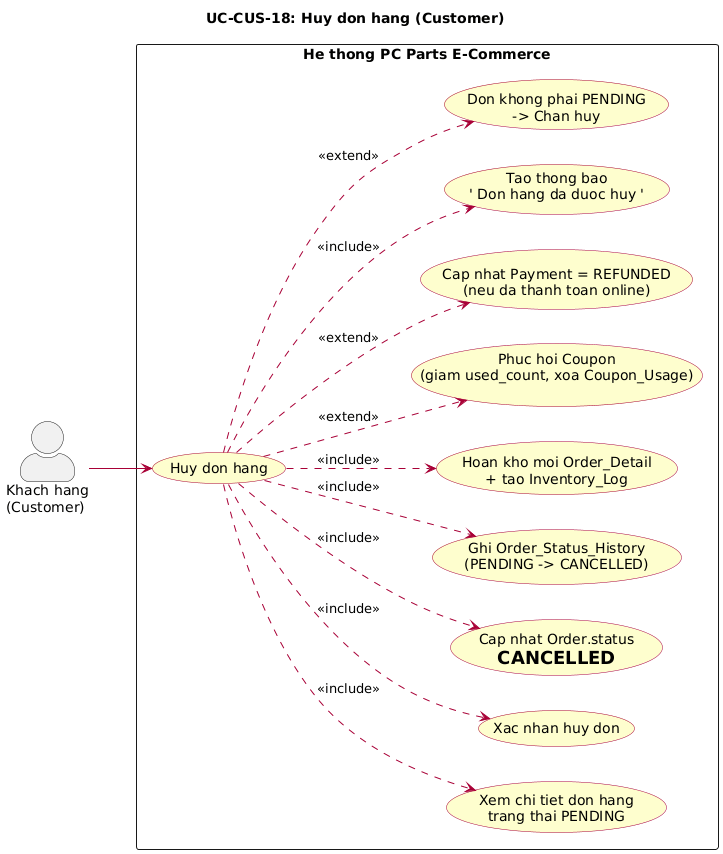
The PlantUML diagram docs/diagrams/images/uc_CUS18_huy_don_hang.png in huuhieu56/PC-Parts-ECommerce, before a commit. Its diagram source:
```plantuml
@startuml
left to right direction
skinparam actorStyle awesome
skinparam packageStyle rectangle
skinparam usecase {
  BackgroundColor #FEFECE
  BorderColor #A80036
  ArrowColor #A80036
}

title UC-CUS-18: Huy don hang (Customer)

actor "Khach hang\n(Customer)" as Customer

rectangle "He thong PC Parts E-Commerce" {
  usecase "Huy don hang" as UC_CANCEL_ORDER
  usecase "Xem chi tiet don hang\ntrang thai PENDING" as UC_VIEW_PENDING
  usecase "Xac nhan huy don" as UC_CONFIRM
  usecase "Cap nhat Order.status\n= CANCELLED" as UC_UPDATE_STATUS
  usecase "Ghi Order_Status_History\n(PENDING -> CANCELLED)" as UC_HISTORY
  usecase "Hoan kho moi Order_Detail\n+ tao Inventory_Log" as UC_RESTOCK
  usecase "Phuc hoi Coupon\n(giam used_count, xoa Coupon_Usage)" as UC_RESTORE_COUPON
  usecase "Cap nhat Payment = REFUNDED\n(neu da thanh toan online)" as UC_REFUND
  usecase "Tao thong bao\n' Don hang da duoc huy '" as UC_NOTIFY
  usecase "Don khong phai PENDING\n-> Chan huy" as UC_ERR_NOT_PENDING
}

Customer --> UC_CANCEL_ORDER

UC_CANCEL_ORDER ..> UC_VIEW_PENDING : <<include>>
UC_CANCEL_ORDER ..> UC_CONFIRM : <<include>>
UC_CANCEL_ORDER ..> UC_UPDATE_STATUS : <<include>>
UC_CANCEL_ORDER ..> UC_HISTORY : <<include>>
UC_CANCEL_ORDER ..> UC_RESTOCK : <<include>>
UC_CANCEL_ORDER ..> UC_NOTIFY : <<include>>
UC_CANCEL_ORDER ..> UC_RESTORE_COUPON : <<extend>>
UC_CANCEL_ORDER ..> UC_REFUND : <<extend>>
UC_CANCEL_ORDER ..> UC_ERR_NOT_PENDING : <<extend>>
@enduml
```
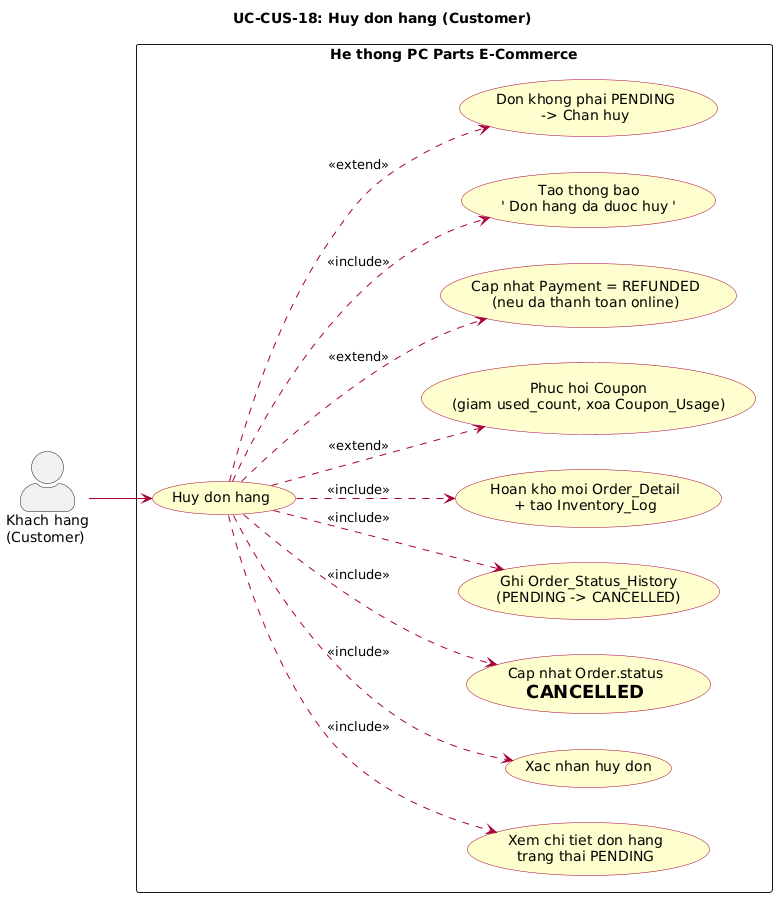
After the change.

Change to the diagram source:
```diff
@@ -1,4 +1,4 @@
-@startuml
+@startuml uc_CUS18_huy_don_hang
 left to right direction
 skinparam actorStyle awesome
 skinparam packageStyle rectangle
@@ -36,4 +36,5 @@
 UC_CANCEL_ORDER ..> UC_RESTORE_COUPON : <<extend>>
 UC_CANCEL_ORDER ..> UC_REFUND : <<extend>>
 UC_CANCEL_ORDER ..> UC_ERR_NOT_PENDING : <<extend>>
+
 @enduml
```
